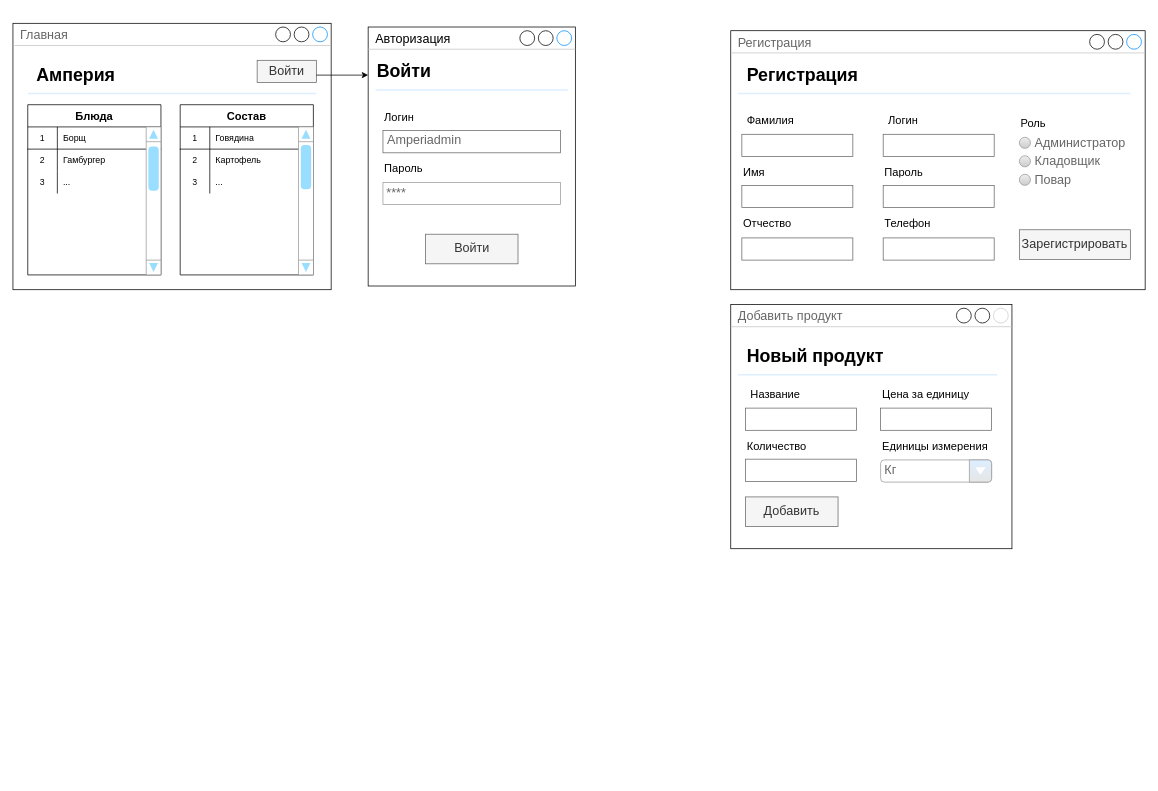
The draw.io diagram Untitled Diagram.drawio in Natasaruk/PPMixCart, before the edit. Source tidied: cells renumbered, new cells numbered last; positions are measured from the earlier drawing's top-left corner, leaving out a move shared by most shapes. Both pictures are drawn from the tidied source at 74%, with x=0, y=0 at pixel (13, 23).
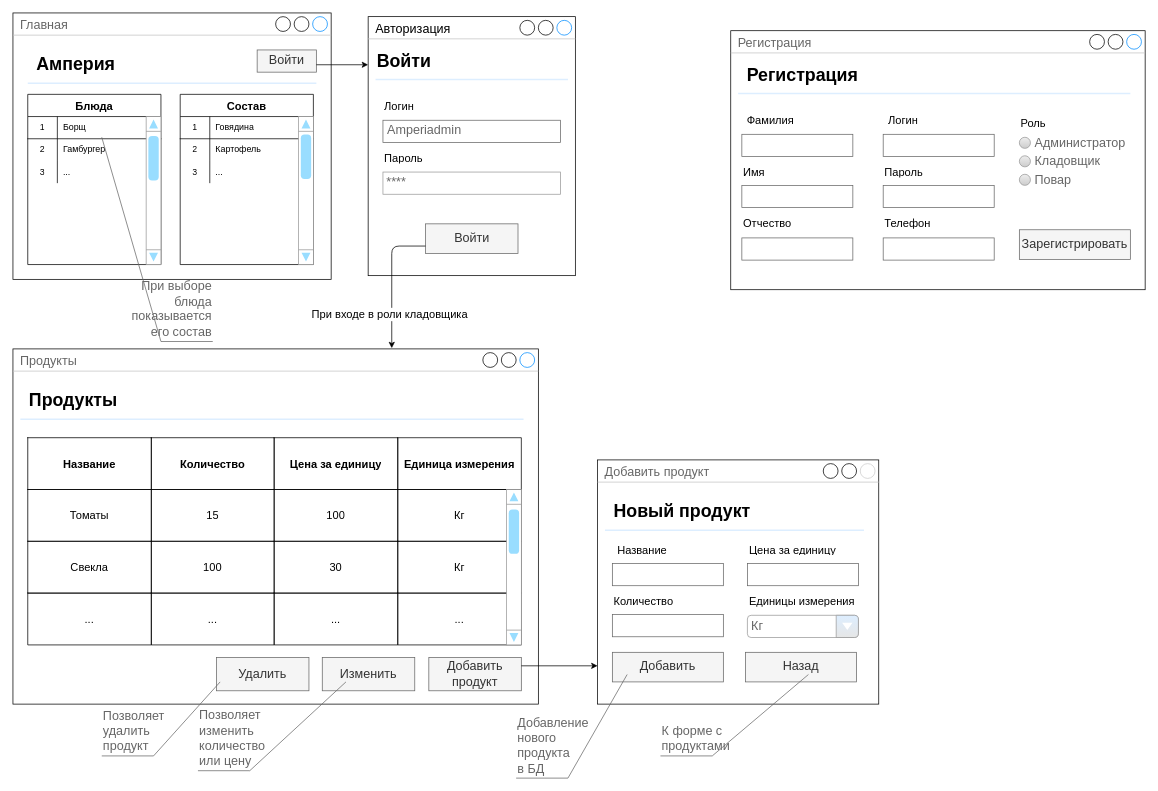
Above is the later version.

What changed in the source:
```diff
@@
     <mxCell id="2" value="Авторизация&lt;br&gt;" style="strokeWidth=1;shadow=0;dashed=0;align=left;html=1;shape=mxgraph.mockup.containers.window;align=left;verticalAlign=top;spacingLeft=8;strokeColor2=#008cff;strokeColor3=#c4c4c4;mainText=;fontSize=17;labelBackgroundColor=none;" parent="1" vertex="1">
-      <mxGeometry x="480" y="5" width="280" height="350" as="geometry" />
+      <mxGeometry x="480" y="-9" width="280" height="350" as="geometry" />
     </mxCell>
     <mxCell id="3" value="Amperiadmin" style="strokeWidth=1;shadow=0;dashed=0;align=left;html=1;shape=mxgraph.mockup.text.textBox;fontColor=#666666;align=left;fontSize=17;spacingLeft=4;spacingTop=-3;strokeColor=#666666;mainText=;gradientColor=none;" parent="1" vertex="1">
-      <mxGeometry x="500" y="145" width="240" height="30" as="geometry" />
+      <mxGeometry x="500" y="131" width="240" height="30" as="geometry" />
     </mxCell>
     <mxCell id="4" value="Логин" style="text;html=1;strokeColor=none;fillColor=none;align=left;verticalAlign=middle;whiteSpace=wrap;overflow=hidden;fontSize=15;" parent="1" vertex="1">
-      <mxGeometry x="500" y="115" width="80" height="20" as="geometry" />
+      <mxGeometry x="500" y="101" width="80" height="20" as="geometry" />
     </mxCell>
     <mxCell id="5" value="Пароль" style="text;html=1;strokeColor=none;fillColor=none;align=left;verticalAlign=middle;whiteSpace=wrap;overflow=hidden;fontSize=15;" parent="1" vertex="1">
-      <mxGeometry x="500" y="185" width="80" height="20" as="geometry" />
+      <mxGeometry x="500" y="171" width="80" height="20" as="geometry" />
     </mxCell>
     <mxCell id="6" value="Войти" style="text;strokeColor=none;fillColor=none;html=1;fontSize=24;fontStyle=1;verticalAlign=middle;align=left;" parent="1" vertex="1">
-      <mxGeometry x="490" y="45" width="100" height="40" as="geometry" />
+      <mxGeometry x="490" y="31" width="100" height="40" as="geometry" />
     </mxCell>
@@
     <mxCell id="9" style="shape=line;strokeColor=#ddeeff;strokeWidth=2;html=1;align=left;" parent="1" vertex="1">
-      <mxGeometry x="490" y="85" width="260" height="10" as="geometry" />
+      <mxGeometry x="490" y="71" width="260" height="10" as="geometry" />
     </mxCell>
     <mxCell id="10" value="****" style="strokeWidth=1;shadow=0;dashed=0;align=left;html=1;shape=mxgraph.mockup.forms.pwField;strokeColor=#999999;mainText=;align=left;fontColor=#666666;fontSize=17;spacingLeft=3;gradientColor=none;" parent="1" vertex="1">
-      <mxGeometry x="500" y="215" width="240" height="30" as="geometry" />
+      <mxGeometry x="500" y="201" width="240" height="30" as="geometry" />
     </mxCell>
@@
     <mxCell id="12" value="Войти" style="rounded=0;whiteSpace=wrap;html=1;fontSize=17;fillColor=#f5f5f5;strokeColor=#666666;fontColor=#333333;align=center;" parent="1" vertex="1">
-      <mxGeometry x="557.5" y="285" width="125" height="40" as="geometry" />
+      <mxGeometry x="557.5" y="271" width="125" height="40" as="geometry" />
     </mxCell>
@@
     <mxCell id="30" value="Добавить продукт" style="strokeWidth=1;shadow=0;dashed=0;align=center;html=1;shape=mxgraph.mockup.containers.window;align=left;verticalAlign=top;spacingLeft=8;strokeColor2=#CCCCCC;strokeColor3=#c4c4c4;fontColor=#666666;mainText=;fontSize=17;labelBackgroundColor=none;gradientColor=none;" parent="1" vertex="1">
-      <mxGeometry x="970" y="380" width="380" height="330" as="geometry" />
+      <mxGeometry x="790" y="590" width="380" height="330" as="geometry" />
     </mxCell>
     <mxCell id="31" value="Новый продукт" style="text;strokeColor=none;fillColor=none;html=1;fontSize=24;fontStyle=1;verticalAlign=middle;align=left;" parent="1" vertex="1">
-      <mxGeometry x="990" y="430" width="100" height="40" as="geometry" />
+      <mxGeometry x="810" y="640" width="100" height="40" as="geometry" />
     </mxCell>
     <mxCell id="32" style="shape=line;strokeColor=#ddeeff;strokeWidth=2;html=1;align=left;" parent="1" vertex="1">
-      <mxGeometry x="980" y="470" width="350" height="10" as="geometry" />
+      <mxGeometry x="800" y="680" width="350" height="10" as="geometry" />
     </mxCell>
     <mxCell id="33" value="Цена за единицу" style="text;html=1;strokeColor=none;fillColor=none;align=left;verticalAlign=middle;whiteSpace=wrap;overflow=hidden;fontSize=15;" parent="1" vertex="1">
-      <mxGeometry x="1172.5" y="490" width="160" height="20" as="geometry" />
+      <mxGeometry x="992.5" y="700" width="160" height="20" as="geometry" />
     </mxCell>
     <mxCell id="34" value="Количество" style="text;html=1;strokeColor=none;fillColor=none;align=left;verticalAlign=middle;whiteSpace=wrap;overflow=hidden;fontSize=15;" parent="1" vertex="1">
-      <mxGeometry x="990" y="560" width="100" height="20" as="geometry" />
+      <mxGeometry x="810" y="770" width="100" height="20" as="geometry" />
     </mxCell>
     <mxCell id="35" value="Название" style="text;html=1;strokeColor=none;fillColor=none;align=left;verticalAlign=middle;whiteSpace=wrap;overflow=hidden;fontSize=15;" parent="1" vertex="1">
-      <mxGeometry x="995" y="490" width="80" height="20" as="geometry" />
+      <mxGeometry x="815" y="700" width="80" height="20" as="geometry" />
     </mxCell>
     <mxCell id="36" style="strokeWidth=1;shadow=0;dashed=0;align=left;html=1;shape=mxgraph.mockup.text.textBox;fontColor=#666666;align=left;fontSize=17;spacingLeft=4;spacingTop=-3;strokeColor=#666666;mainText=;gradientColor=none;" parent="1" vertex="1">
-      <mxGeometry x="990" y="520" width="150" height="30" as="geometry" />
+      <mxGeometry x="810" y="730" width="150" height="30" as="geometry" />
     </mxCell>
     <mxCell id="37" style="strokeWidth=1;shadow=0;dashed=0;align=left;html=1;shape=mxgraph.mockup.text.textBox;fontColor=#666666;align=left;fontSize=17;spacingLeft=4;spacingTop=-3;strokeColor=#666666;mainText=;gradientColor=none;" parent="1" vertex="1">
-      <mxGeometry x="990" y="589" width="150" height="30" as="geometry" />
+      <mxGeometry x="810" y="799" width="150" height="30" as="geometry" />
     </mxCell>
     <mxCell id="38" value="Единицы измерения" style="text;html=1;strokeColor=none;fillColor=none;align=left;verticalAlign=middle;whiteSpace=wrap;overflow=hidden;fontSize=15;" parent="1" vertex="1">
-      <mxGeometry x="1172.5" y="560" width="147.5" height="20" as="geometry" />
+      <mxGeometry x="992.5" y="770" width="147.5" height="20" as="geometry" />
     </mxCell>
     <mxCell id="39" style="strokeWidth=1;shadow=0;dashed=0;align=left;html=1;shape=mxgraph.mockup.text.textBox;fontColor=#666666;align=left;fontSize=17;spacingLeft=4;spacingTop=-3;strokeColor=#666666;mainText=;gradientColor=none;" parent="1" vertex="1">
-      <mxGeometry x="1172.5" y="520" width="150" height="30" as="geometry" />
+      <mxGeometry x="992.5" y="730" width="150" height="30" as="geometry" />
     </mxCell>
     <mxCell id="40" value="Кг" style="strokeWidth=1;shadow=0;dashed=0;align=center;html=1;shape=mxgraph.mockup.forms.comboBox;strokeColor=#999999;fillColor=#ddeeff;align=left;fillColor2=#E6E6E6;mainText=;fontColor=#666666;fontSize=17;spacingLeft=3;labelBackgroundColor=none;sketch=0;" parent="1" vertex="1">
-      <mxGeometry x="1172.5" y="590" width="150" height="30" as="geometry" />
+      <mxGeometry x="992.5" y="800" width="150" height="30" as="geometry" />
     </mxCell>
     <mxCell id="41" value="Добавить" style="rounded=0;whiteSpace=wrap;html=1;fontSize=17;fillColor=#f5f5f5;strokeColor=#666666;fontColor=#333333;align=center;" parent="1" vertex="1">
-      <mxGeometry x="990" y="640" width="125" height="40" as="geometry" />
+      <mxGeometry x="810" y="850" width="150" height="40" as="geometry" />
     </mxCell>
     <mxCell id="42" value="Главная" style="strokeWidth=1;shadow=0;dashed=0;align=center;html=1;shape=mxgraph.mockup.containers.window;align=left;verticalAlign=top;spacingLeft=8;strokeColor2=#008cff;strokeColor3=#c4c4c4;fontColor=#666666;mainText=;fontSize=17;labelBackgroundColor=none;rounded=0;sketch=0;gradientColor=none;" parent="1" vertex="1">
-      <mxGeometry width="430" height="360" as="geometry" />
+      <mxGeometry y="-14" width="430" height="360" as="geometry" />
     </mxCell>
     <mxCell id="43" value="Блюда" style="shape=table;startSize=30;childLayout=tableLayout;rowLines=0;fontStyle=1;align=center;rounded=0;shadow=0;labelBackgroundColor=none;sketch=0;fontSize=15;gradientColor=none;" parent="1" vertex="1">
-      <mxGeometry x="20" y="110" width="180" height="230" as="geometry" />
+      <mxGeometry x="20" y="96" width="180" height="230" as="geometry" />
     </mxCell>
@@
     <mxCell id="53" style="verticalLabelPosition=bottom;shadow=0;dashed=0;align=center;html=1;verticalAlign=top;strokeWidth=1;shape=mxgraph.mockup.navigation.scrollBar;strokeColor=#999999;barPos=93.667;fillColor2=#99ddff;strokeColor2=none;direction=north;rounded=0;labelBackgroundColor=none;sketch=0;fontSize=15;gradientColor=none;" parent="1" vertex="1">
-      <mxGeometry x="180" y="140" width="20" height="200" as="geometry" />
+      <mxGeometry x="180" y="126" width="20" height="200" as="geometry" />
     </mxCell>
     <mxCell id="54" value="Амперия" style="text;strokeColor=none;fillColor=none;html=1;fontSize=24;fontStyle=1;verticalAlign=middle;align=left;" parent="1" vertex="1">
-      <mxGeometry x="30" y="50" width="100" height="40" as="geometry" />
+      <mxGeometry x="30" y="36" width="100" height="40" as="geometry" />
     </mxCell>
     <mxCell id="55" style="shape=line;strokeColor=#ddeeff;strokeWidth=2;html=1;align=left;" parent="1" vertex="1">
-      <mxGeometry x="20" y="90" width="390" height="10" as="geometry" />
+      <mxGeometry x="20" y="76" width="390" height="10" as="geometry" />
     </mxCell>
     <mxCell id="56" value="Состав" style="shape=table;startSize=30;childLayout=tableLayout;rowLines=0;fontStyle=1;align=center;rounded=0;shadow=0;labelBackgroundColor=none;sketch=0;fontSize=15;gradientColor=none;" parent="1" vertex="1">
-      <mxGeometry x="226" y="110" width="180" height="230" as="geometry" />
+      <mxGeometry x="226" y="96" width="180" height="230" as="geometry" />
     </mxCell>
@@
     <mxCell id="66" style="verticalLabelPosition=bottom;shadow=0;dashed=0;align=center;html=1;verticalAlign=top;strokeWidth=1;shape=mxgraph.mockup.navigation.scrollBar;strokeColor=#999999;barPos=95.667;fillColor2=#99ddff;strokeColor2=none;direction=north;rounded=0;labelBackgroundColor=none;sketch=0;fontSize=15;gradientColor=none;" parent="1" vertex="1">
-      <mxGeometry x="386" y="140" width="20" height="200" as="geometry" />
+      <mxGeometry x="386" y="126" width="20" height="200" as="geometry" />
     </mxCell>
     <mxCell id="67" value="Войти" style="rounded=0;whiteSpace=wrap;html=1;fontSize=17;fillColor=#f5f5f5;strokeColor=#666666;fontColor=#333333;align=center;" parent="1" vertex="1">
-      <mxGeometry x="330" y="50" width="80" height="30" as="geometry" />
+      <mxGeometry x="330" y="36" width="80" height="30" as="geometry" />
     </mxCell>
     <mxCell id="68" style="edgeStyle=segmentEdgeStyle;endArrow=classic;html=1;fontSize=15;" parent="1" edge="1">
       <mxGeometry relative="1" as="geometry">
-        <mxPoint x="410" y="70" as="sourcePoint" />
-        <mxPoint x="480" y="70" as="targetPoint" />
+        <mxPoint x="410" y="56" as="sourcePoint" />
+        <mxPoint x="480" y="56" as="targetPoint" />
       </mxGeometry>
     </mxCell>
+    <mxCell id="69" value="Продукты" style="strokeWidth=1;shadow=0;dashed=0;align=center;html=1;shape=mxgraph.mockup.containers.window;align=left;verticalAlign=top;spacingLeft=8;strokeColor2=#008cff;strokeColor3=#c4c4c4;fontColor=#666666;mainText=;fontSize=17;labelBackgroundColor=none;rounded=0;sketch=0;gradientColor=none;" parent="1" vertex="1">
+      <mxGeometry y="440" width="710" height="480" as="geometry" />
+    </mxCell>
+    <mxCell id="70" value="Продукты" style="text;strokeColor=none;fillColor=none;html=1;fontSize=24;fontStyle=1;verticalAlign=middle;align=left;" parent="1" vertex="1">
+      <mxGeometry x="20" y="490" width="100" height="40" as="geometry" />
+    </mxCell>
+    <mxCell id="71" style="shape=line;strokeColor=#ddeeff;strokeWidth=2;html=1;align=left;" parent="1" vertex="1">
+      <mxGeometry x="10" y="530" width="680" height="10" as="geometry" />
+    </mxCell>
+    <mxCell id="72" style="shape=table;html=1;whiteSpace=wrap;startSize=0;childLayout=tableLayout;columnLines=0;rowLines=0;rounded=0;shadow=0;labelBackgroundColor=none;sketch=0;fontSize=18;strokeColor=#000000;strokeWidth=0;gradientColor=none;align=center;" parent="1" vertex="1">
+      <mxGeometry x="20" y="560" width="500" height="210" as="geometry" />
+    </mxCell>
+    <mxCell id="73" style="shape=partialRectangle;html=1;whiteSpace=wrap;fillColor=none;top=0;left=0;bottom=0;right=0;" parent="72" vertex="1">
+      <mxGeometry width="500" height="70" as="geometry" />
+    </mxCell>
+    <mxCell id="74" value="Название" style="shape=partialRectangle;html=1;whiteSpace=wrap;fillColor=none;top=1;left=1;bottom=1;right=1;overflow=hidden;fontStyle=1;fontSize=15;" parent="73" vertex="1">
+      <mxGeometry width="167" height="70" as="geometry" />
+    </mxCell>
+    <mxCell id="75" value="Количество" style="shape=partialRectangle;html=1;whiteSpace=wrap;fillColor=none;top=1;left=1;bottom=1;right=1;overflow=hidden;fontStyle=1;fontSize=15;" parent="73" vertex="1">
+      <mxGeometry x="167" width="166" height="70" as="geometry" />
+    </mxCell>
+    <mxCell id="76" value="Цена за единицу" style="shape=partialRectangle;html=1;whiteSpace=wrap;fillColor=none;top=1;left=1;bottom=1;right=1;overflow=hidden;fontStyle=1;fontSize=15;" parent="73" vertex="1">
+      <mxGeometry x="333" width="167" height="70" as="geometry" />
+    </mxCell>
+    <mxCell id="77" style="shape=partialRectangle;html=1;whiteSpace=wrap;fillColor=none;top=0;left=0;bottom=0;right=0;" parent="72" vertex="1">
+      <mxGeometry y="70" width="500" height="70" as="geometry" />
+    </mxCell>
+    <mxCell id="78" value="Томаты" style="shape=partialRectangle;html=1;whiteSpace=wrap;fillColor=none;top=1;left=1;bottom=1;right=1;overflow=hidden;fontSize=15;" parent="77" vertex="1">
+      <mxGeometry width="167" height="70" as="geometry" />
+    </mxCell>
+    <mxCell id="79" value="15" style="shape=partialRectangle;html=1;whiteSpace=wrap;fillColor=none;top=1;left=1;bottom=1;right=1;overflow=hidden;fontSize=15;" parent="77" vertex="1">
+      <mxGeometry x="167" width="166" height="70" as="geometry" />
+    </mxCell>
+    <mxCell id="80" value="100" style="shape=partialRectangle;html=1;whiteSpace=wrap;fillColor=none;top=1;left=1;bottom=1;right=1;overflow=hidden;fontSize=15;" parent="77" vertex="1">
+      <mxGeometry x="333" width="167" height="70" as="geometry" />
+    </mxCell>
+    <mxCell id="81" style="shape=partialRectangle;html=1;whiteSpace=wrap;fillColor=none;top=0;left=0;bottom=0;right=0;" parent="72" vertex="1">
+      <mxGeometry y="140" width="500" height="70" as="geometry" />
+    </mxCell>
+    <mxCell id="82" value="Свекла" style="shape=partialRectangle;html=1;whiteSpace=wrap;fillColor=none;top=1;left=1;bottom=1;right=1;overflow=hidden;fontSize=15;" parent="81" vertex="1">
+      <mxGeometry width="167" height="70" as="geometry" />
+    </mxCell>
+    <mxCell id="83" value="100" style="shape=partialRectangle;html=1;whiteSpace=wrap;fillColor=none;top=1;left=1;bottom=1;right=1;overflow=hidden;fontSize=15;" parent="81" vertex="1">
+      <mxGeometry x="167" width="166" height="70" as="geometry" />
+    </mxCell>
+    <mxCell id="84" value="30" style="shape=partialRectangle;html=1;whiteSpace=wrap;fillColor=none;top=1;left=1;bottom=1;right=1;overflow=hidden;fontSize=15;" parent="81" vertex="1">
+      <mxGeometry x="333" width="167" height="70" as="geometry" />
+    </mxCell>
+    <mxCell id="85" value="Единица измерения" style="shape=partialRectangle;html=1;whiteSpace=wrap;fillColor=none;top=1;left=1;bottom=1;right=1;overflow=hidden;fontStyle=1;fontSize=15;" parent="1" vertex="1">
+      <mxGeometry x="520" y="560" width="167" height="70" as="geometry" />
+    </mxCell>
+    <mxCell id="86" value="Кг" style="shape=partialRectangle;html=1;whiteSpace=wrap;fillColor=none;top=1;left=1;bottom=1;right=1;overflow=hidden;fontSize=15;" parent="1" vertex="1">
+      <mxGeometry x="520" y="630" width="167" height="70" as="geometry" />
+    </mxCell>
+    <mxCell id="87" value="Кг" style="shape=partialRectangle;html=1;whiteSpace=wrap;fillColor=none;top=1;left=1;bottom=1;right=1;overflow=hidden;fontSize=15;" parent="1" vertex="1">
+      <mxGeometry x="520" y="700" width="167" height="70" as="geometry" />
+    </mxCell>
+    <mxCell id="88" value="..." style="shape=partialRectangle;html=1;whiteSpace=wrap;fillColor=none;top=1;left=1;bottom=1;right=1;overflow=hidden;fontSize=15;" parent="1" vertex="1">
+      <mxGeometry x="20" y="770" width="167" height="70" as="geometry" />
+    </mxCell>
+    <mxCell id="89" value="..." style="shape=partialRectangle;html=1;whiteSpace=wrap;fillColor=none;top=1;left=1;bottom=1;right=1;overflow=hidden;fontSize=15;" parent="1" vertex="1">
+      <mxGeometry x="187" y="770" width="166" height="70" as="geometry" />
+    </mxCell>
+    <mxCell id="90" value="..." style="shape=partialRectangle;html=1;whiteSpace=wrap;fillColor=none;top=1;left=1;bottom=1;right=1;overflow=hidden;fontSize=15;" parent="1" vertex="1">
+      <mxGeometry x="353" y="770" width="167" height="70" as="geometry" />
+    </mxCell>
+    <mxCell id="91" value="..." style="shape=partialRectangle;html=1;whiteSpace=wrap;fillColor=none;top=1;left=1;bottom=1;right=1;overflow=hidden;fontSize=15;" parent="1" vertex="1">
+      <mxGeometry x="520" y="770" width="167" height="70" as="geometry" />
+    </mxCell>
+    <mxCell id="92" style="verticalLabelPosition=bottom;shadow=0;dashed=0;align=center;html=1;verticalAlign=top;strokeWidth=1;shape=mxgraph.mockup.navigation.scrollBar;strokeColor=#999999;barPos=93.667;fillColor2=#99ddff;strokeColor2=none;direction=north;rounded=0;labelBackgroundColor=none;sketch=0;fontSize=15;gradientColor=none;" parent="1" vertex="1">
+      <mxGeometry x="667" y="630" width="20" height="210" as="geometry" />
+    </mxCell>
+    <mxCell id="93" value="Добавить продукт" style="rounded=0;whiteSpace=wrap;html=1;fontSize=17;fillColor=#f5f5f5;strokeColor=#666666;fontColor=#333333;align=center;" parent="1" vertex="1">
+      <mxGeometry x="562" y="857" width="125" height="45" as="geometry" />
+    </mxCell>
+    <mxCell id="94" value="Изменить" style="rounded=0;whiteSpace=wrap;html=1;fontSize=17;fillColor=#f5f5f5;strokeColor=#666666;fontColor=#333333;align=center;" parent="1" vertex="1">
+      <mxGeometry x="418" y="857" width="125" height="45" as="geometry" />
+    </mxCell>
+    <mxCell id="95" value="Удалить" style="rounded=0;whiteSpace=wrap;html=1;fontSize=17;fillColor=#f5f5f5;strokeColor=#666666;fontColor=#333333;align=center;" parent="1" vertex="1">
+      <mxGeometry x="275" y="857" width="125" height="45" as="geometry" />
+    </mxCell>
+    <mxCell id="96" style="edgeStyle=segmentEdgeStyle;endArrow=classic;html=1;fontSize=15;entryX=0.721;entryY=-0.002;entryDx=0;entryDy=0;entryPerimeter=0;exitX=0;exitY=0.75;exitDx=0;exitDy=0;" parent="1" edge="1" source="12" target="69">
+      <mxGeometry relative="1" as="geometry" />
+    </mxCell>
+    <mxCell id="97" value="При входе в роли кладовщика" style="edgeLabel;html=1;align=center;verticalAlign=middle;fontSize=15;" parent="96" vertex="1">
+      <mxGeometry x="0.49" y="-3" relative="1" as="geometry" />
+    </mxCell>
+    <mxCell id="98" style="edgeStyle=segmentEdgeStyle;endArrow=classic;html=1;fontSize=15;exitX=1;exitY=0.25;exitDx=0;exitDy=0;" parent="1" edge="1" source="93" target="30">
+      <mxGeometry relative="1" as="geometry" />
+    </mxCell>
+    <mxCell id="99" value="Позволяет &lt;br&gt;удалить&lt;br&gt;продукт" style="strokeWidth=1;shadow=0;dashed=0;align=center;html=1;shape=mxgraph.mockup.text.callout;linkText=;textSize=17;textColor=#666666;callDir=SW;callStyle=line;fontSize=17;fontColor=#666666;align=left;verticalAlign=bottom;strokeColor=#666666;rounded=0;labelBackgroundColor=none;sketch=0;gradientColor=none;" parent="1" vertex="1">
+      <mxGeometry x="120" y="890" width="160" height="100" as="geometry" />
+    </mxCell>
+    <mxCell id="100" value="Позволяет&lt;br&gt;изменить&lt;br&gt;количество&lt;br&gt;или цену" style="strokeWidth=1;shadow=0;dashed=0;align=center;html=1;shape=mxgraph.mockup.text.callout;linkText=;textSize=17;textColor=#666666;callDir=SW;callStyle=line;fontSize=17;fontColor=#666666;align=left;verticalAlign=bottom;strokeColor=#666666;rounded=0;labelBackgroundColor=none;sketch=0;gradientColor=none;" parent="1" vertex="1">
+      <mxGeometry x="250" y="890" width="200" height="120" as="geometry" />
+    </mxCell>
+    <mxCell id="101" value="Добавление&lt;br&gt;нового&lt;br&gt;продукта&lt;br&gt;в БД" style="strokeWidth=1;shadow=0;dashed=0;align=center;html=1;shape=mxgraph.mockup.text.callout;linkText=;textSize=17;textColor=#666666;callDir=SW;callStyle=line;fontSize=17;fontColor=#666666;align=left;verticalAlign=bottom;strokeColor=#666666;rounded=0;labelBackgroundColor=none;sketch=0;gradientColor=none;" parent="1" vertex="1">
+      <mxGeometry x="680" y="880" width="150" height="140" as="geometry" />
+    </mxCell>
+    <mxCell id="102" value="Назад" style="rounded=0;whiteSpace=wrap;html=1;fontSize=17;fillColor=#f5f5f5;strokeColor=#666666;fontColor=#333333;align=center;" parent="1" vertex="1">
+      <mxGeometry x="990" y="850" width="150" height="40" as="geometry" />
+    </mxCell>
+    <mxCell id="103" value="К форме с &lt;br&gt;продуктами" style="strokeWidth=1;shadow=0;dashed=0;align=center;html=1;shape=mxgraph.mockup.text.callout;linkText=;textSize=17;textColor=#666666;callDir=SW;callStyle=line;fontSize=17;fontColor=#666666;align=left;verticalAlign=bottom;strokeColor=#666666;rounded=0;labelBackgroundColor=none;sketch=0;gradientColor=none;" parent="1" vertex="1">
+      <mxGeometry x="875" y="880" width="200" height="110" as="geometry" />
+    </mxCell>
+    <mxCell id="104" value="При выборе&lt;br&gt;блюда&lt;br&gt;показывается&lt;br&gt;его состав" style="strokeWidth=1;shadow=0;dashed=0;align=left;shape=mxgraph.mockup.text.callout;linkText=;textSize=17;textColor=#666666;callDir=SE;callStyle=line;fontSize=17;fontColor=#666666;align=right;verticalAlign=bottom;strokeColor=#666666;rounded=0;labelBackgroundColor=none;sketch=0;gradientColor=none;html=1;" parent="1" vertex="1">
+      <mxGeometry x="120" y="154" width="150" height="276" as="geometry" />
+    </mxCell>
```
